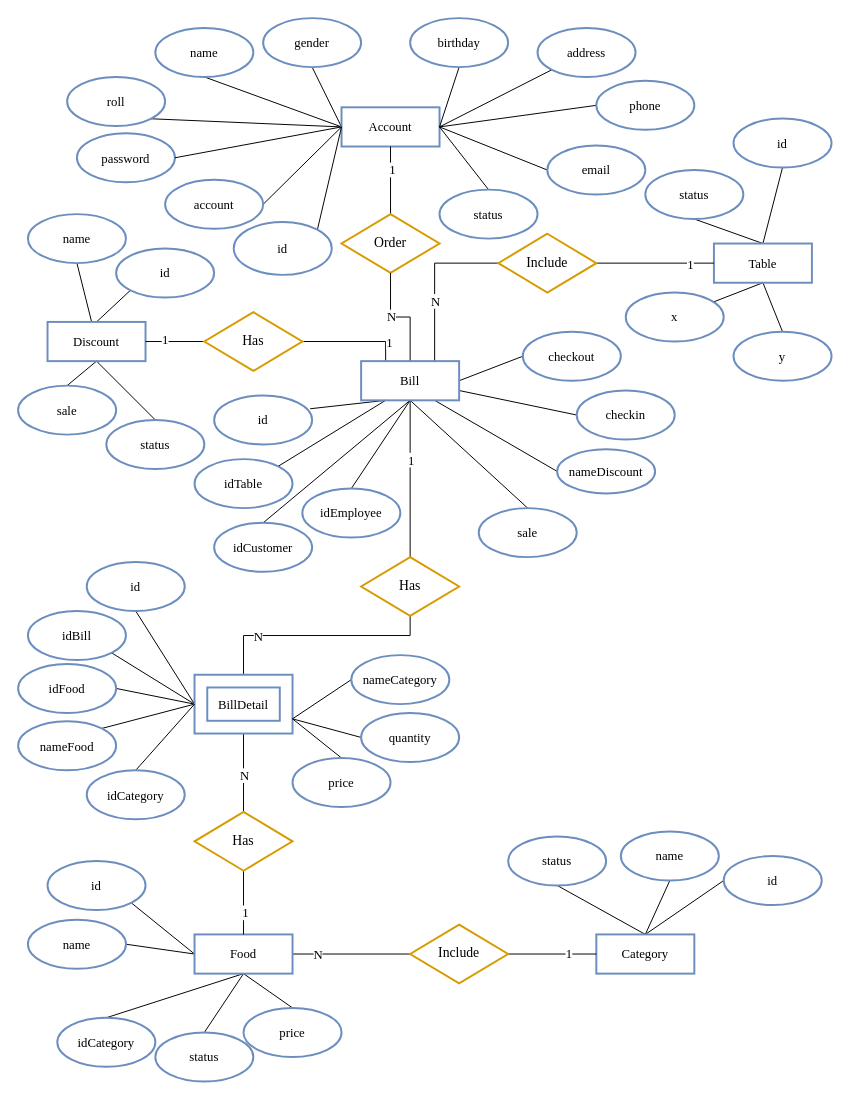
Before: document/diagram/erd.drawio in daomtthuan/do-an, a draw.io diagram. Source tidied: cells renumbered, new cells numbered last; positions are measured from the earlier drawing's top-left corner, leaving out a move shared by most shapes. Both pictures are drawn from the tidied source at 98%, with x=0, y=0 at pixel (18, 18).
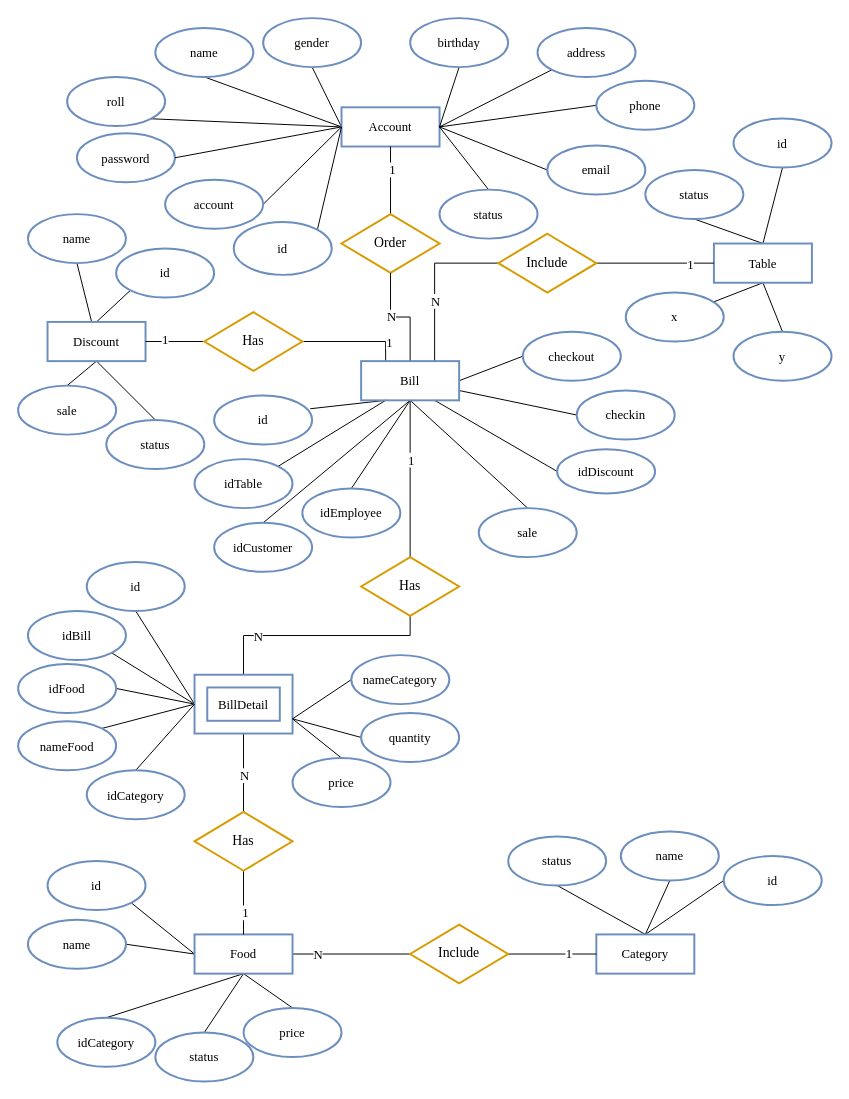
After the change.

Diff of the diagram source:
```diff
@@
-    <mxCell id="113" value="nameDiscount" style="ellipse;margin=10;strokeWidth=2;fontSize=13;whiteSpace=wrap;html=1;align=center;fillColor=none;strokeColor=#6c8ebf;fontFamily=Times New Roman;rotation=0;" parent="1" vertex="1">
+    <mxCell id="113" value="idDiscount" style="ellipse;margin=10;strokeWidth=2;fontSize=13;whiteSpace=wrap;html=1;align=center;fillColor=none;strokeColor=#6c8ebf;fontFamily=Times New Roman;rotation=0;" parent="1" vertex="1">
       <mxGeometry x="550" y="440" width="100" height="45" as="geometry" />
     </mxCell>
```
